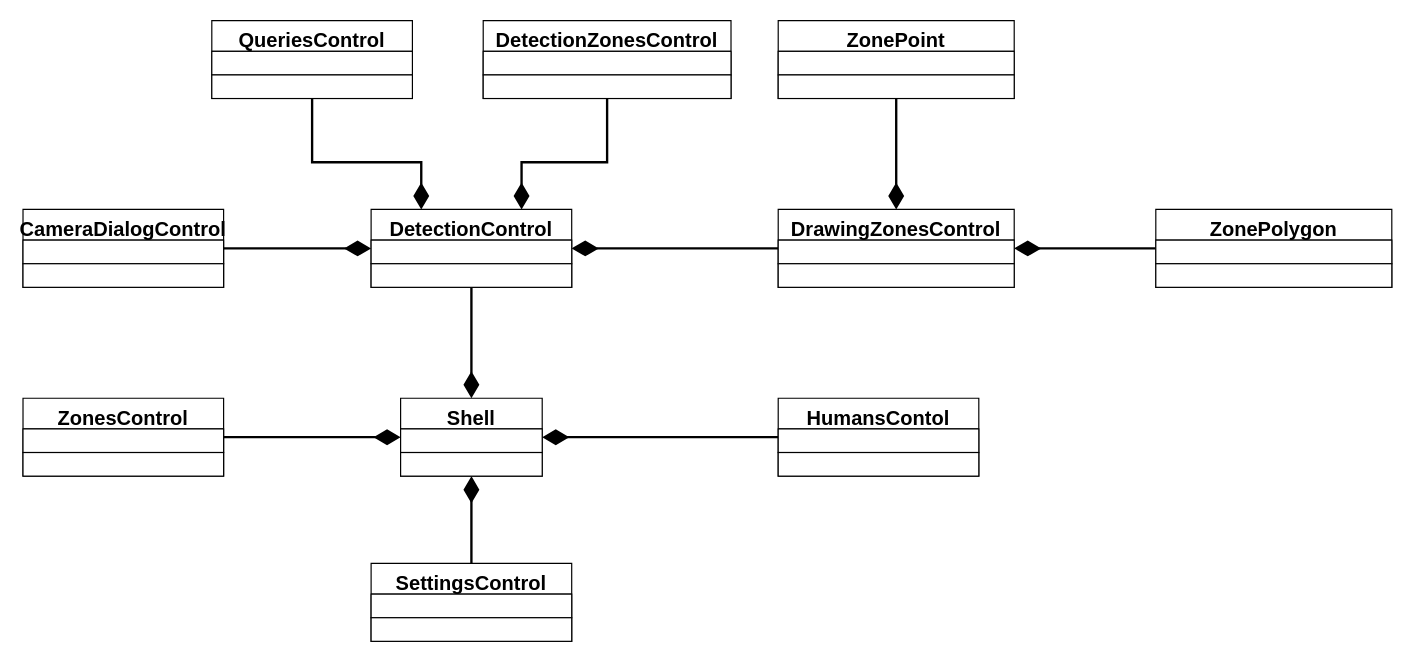
GoldGreen/Skeletonization keeps this draw.io diagram as page "Views" (3 of 11) of Engineering/Packets-detailed.drawio. Above is the earlier version. Source tidied: cells renumbered, new cells numbered last; positions are measured from the earlier drawing's top-left corner, leaving out a move shared by most shapes. Both pictures are drawn from the tidied source at 118%, with x=0, y=0 at pixel (22, 20).
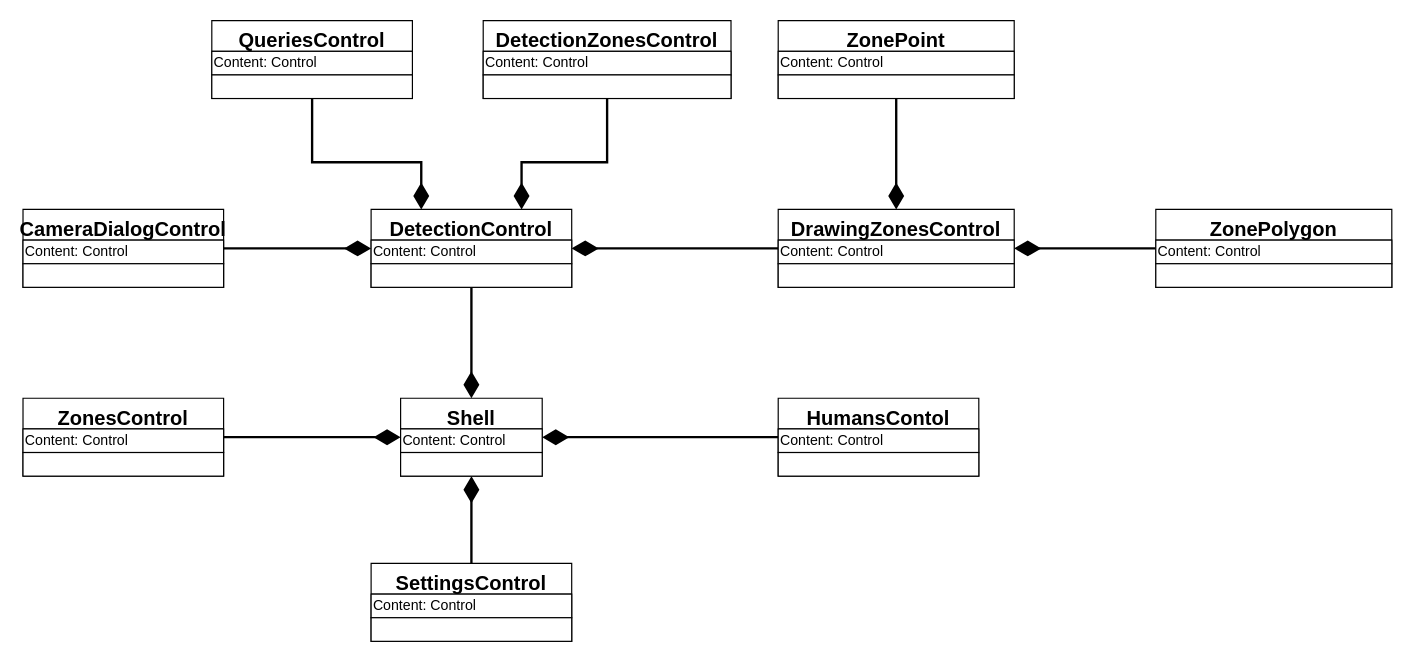
After the change.

Unchanged cells that the change refers to:
```xml
<mxCell id="9" value="Shell" style="swimlane;fontStyle=1;align=center;verticalAlign=top;horizontal=1;startSize=26;fontSize=17;" parent="1" vertex="1">
  <mxGeometry x="320" y="320" width="120" height="66" as="geometry" />
</mxCell>
<mxCell id="20" value="DetectionControl" style="swimlane;fontStyle=1;align=center;verticalAlign=top;horizontal=1;startSize=26;fontSize=17;" parent="1" vertex="1">
  <mxGeometry x="295" y="160" width="170" height="66" as="geometry" />
</mxCell>
<mxCell id="23" value="DetectionZonesControl" style="swimlane;fontStyle=1;align=center;verticalAlign=top;horizontal=1;startSize=26;fontSize=17;" parent="1" vertex="1">
  <mxGeometry x="390" width="210" height="66" as="geometry" />
</mxCell>
<mxCell id="30" value="DrawingZonesControl" style="swimlane;fontStyle=1;align=center;verticalAlign=top;horizontal=1;startSize=26;fontSize=17;" parent="1" vertex="1">
  <mxGeometry x="640" y="160" width="200" height="66" as="geometry" />
</mxCell>
<mxCell id="33" value="ZonePoint" style="swimlane;fontStyle=1;align=center;verticalAlign=top;horizontal=1;startSize=26;fontSize=17;" parent="1" vertex="1">
  <mxGeometry x="640" width="200" height="66" as="geometry" />
</mxCell>
<mxCell id="36" value="ZonePolygon" style="swimlane;fontStyle=1;align=center;verticalAlign=top;horizontal=1;startSize=26;fontSize=17;" parent="1" vertex="1">
  <mxGeometry x="960" y="160" width="200" height="66" as="geometry" />
</mxCell>
<mxCell id="39" value="ZonesControl" style="swimlane;fontStyle=1;align=center;verticalAlign=top;horizontal=1;startSize=26;fontSize=17;" parent="1" vertex="1">
  <mxGeometry y="320" width="170" height="66" as="geometry" />
</mxCell>
<mxCell id="42" value="HumansContol" style="swimlane;fontStyle=1;align=center;verticalAlign=top;horizontal=1;startSize=26;fontSize=17;" parent="1" vertex="1">
  <mxGeometry x="640" y="320" width="170" height="66" as="geometry" />
</mxCell>
<mxCell id="45" value="SettingsControl" style="swimlane;fontStyle=1;align=center;verticalAlign=top;horizontal=1;startSize=26;fontSize=17;" parent="1" vertex="1">
  <mxGeometry x="295" y="460" width="170" height="66" as="geometry" />
</mxCell>
<mxCell id="48" value="QueriesControl" style="swimlane;fontStyle=1;align=center;verticalAlign=top;horizontal=1;startSize=26;fontSize=17;" parent="1" vertex="1">
  <mxGeometry x="160" width="170" height="66" as="geometry" />
</mxCell>
<mxCell id="51" value="CameraDialogControl" style="swimlane;fontStyle=1;align=center;verticalAlign=top;horizontal=1;startSize=26;fontSize=17;" parent="1" vertex="1">
  <mxGeometry y="160" width="170" height="66" as="geometry" />
</mxCell>
```

Diff of the diagram source:
```diff
@@
-    <mxCell id="10" style="rounded=0;whiteSpace=wrap;html=1;fontFamily=Helvetica;fontSize=12;fontColor=default;startSize=26;strokeColor=default;fillColor=default;align=left;" parent="9" vertex="1">
+    <mxCell id="10" value="&lt;span&gt;Content: Control&lt;/span&gt;" style="rounded=0;whiteSpace=wrap;html=1;fontFamily=Helvetica;fontSize=12;fontColor=default;startSize=26;strokeColor=default;fillColor=default;align=left;" parent="9" vertex="1">
       <mxGeometry y="26" width="120" height="20" as="geometry" />
     </mxCell>
@@
-    <mxCell id="21" style="rounded=0;whiteSpace=wrap;html=1;fontFamily=Helvetica;fontSize=12;fontColor=default;startSize=26;strokeColor=default;fillColor=default;align=left;" parent="20" vertex="1">
+    <mxCell id="21" value="&lt;span&gt;Content: Control&lt;/span&gt;" style="rounded=0;whiteSpace=wrap;html=1;fontFamily=Helvetica;fontSize=12;fontColor=default;startSize=26;strokeColor=default;fillColor=default;align=left;" parent="20" vertex="1">
       <mxGeometry y="26" width="170" height="20" as="geometry" />
     </mxCell>
@@
-    <mxCell id="24" style="rounded=0;whiteSpace=wrap;html=1;fontFamily=Helvetica;fontSize=12;fontColor=default;startSize=26;strokeColor=default;fillColor=default;align=left;" parent="23" vertex="1">
+    <mxCell id="24" value="&lt;span&gt;Content: Control&lt;/span&gt;" style="rounded=0;whiteSpace=wrap;html=1;fontFamily=Helvetica;fontSize=12;fontColor=default;startSize=26;strokeColor=default;fillColor=default;align=left;" parent="23" vertex="1">
       <mxGeometry y="26" width="210" height="20" as="geometry" />
     </mxCell>
@@
-    <mxCell id="31" style="rounded=0;whiteSpace=wrap;html=1;fontFamily=Helvetica;fontSize=12;fontColor=default;startSize=26;strokeColor=default;fillColor=default;align=left;" parent="30" vertex="1">
+    <mxCell id="31" value="&lt;span&gt;Content: Control&lt;/span&gt;" style="rounded=0;whiteSpace=wrap;html=1;fontFamily=Helvetica;fontSize=12;fontColor=default;startSize=26;strokeColor=default;fillColor=default;align=left;" parent="30" vertex="1">
       <mxGeometry y="26" width="200" height="20" as="geometry" />
     </mxCell>
@@
-    <mxCell id="34" style="rounded=0;whiteSpace=wrap;html=1;fontFamily=Helvetica;fontSize=12;fontColor=default;startSize=26;strokeColor=default;fillColor=default;align=left;" parent="33" vertex="1">
+    <mxCell id="34" value="&lt;span&gt;Content: Control&lt;/span&gt;" style="rounded=0;whiteSpace=wrap;html=1;fontFamily=Helvetica;fontSize=12;fontColor=default;startSize=26;strokeColor=default;fillColor=default;align=left;" parent="33" vertex="1">
       <mxGeometry y="26" width="200" height="20" as="geometry" />
     </mxCell>
@@
-    <mxCell id="37" style="rounded=0;whiteSpace=wrap;html=1;fontFamily=Helvetica;fontSize=12;fontColor=default;startSize=26;strokeColor=default;fillColor=default;align=left;" parent="36" vertex="1">
+    <mxCell id="37" value="&lt;span&gt;Content: Control&lt;/span&gt;" style="rounded=0;whiteSpace=wrap;html=1;fontFamily=Helvetica;fontSize=12;fontColor=default;startSize=26;strokeColor=default;fillColor=default;align=left;" parent="36" vertex="1">
       <mxGeometry y="26" width="200" height="20" as="geometry" />
     </mxCell>
@@
-    <mxCell id="40" style="rounded=0;whiteSpace=wrap;html=1;fontFamily=Helvetica;fontSize=12;fontColor=default;startSize=26;strokeColor=default;fillColor=default;align=left;" parent="39" vertex="1">
+    <mxCell id="40" value="&lt;span&gt;Content: Control&lt;/span&gt;" style="rounded=0;whiteSpace=wrap;html=1;fontFamily=Helvetica;fontSize=12;fontColor=default;startSize=26;strokeColor=default;fillColor=default;align=left;" parent="39" vertex="1">
       <mxGeometry y="26" width="170" height="20" as="geometry" />
     </mxCell>
@@
-    <mxCell id="43" style="rounded=0;whiteSpace=wrap;html=1;fontFamily=Helvetica;fontSize=12;fontColor=default;startSize=26;strokeColor=default;fillColor=default;align=left;" parent="42" vertex="1">
+    <mxCell id="43" value="&lt;span&gt;Content: Control&lt;/span&gt;" style="rounded=0;whiteSpace=wrap;html=1;fontFamily=Helvetica;fontSize=12;fontColor=default;startSize=26;strokeColor=default;fillColor=default;align=left;" parent="42" vertex="1">
       <mxGeometry y="26" width="170" height="20" as="geometry" />
     </mxCell>
@@
-    <mxCell id="46" style="rounded=0;whiteSpace=wrap;html=1;fontFamily=Helvetica;fontSize=12;fontColor=default;startSize=26;strokeColor=default;fillColor=default;align=left;" parent="45" vertex="1">
+    <mxCell id="46" value="&lt;span&gt;Content: Control&lt;/span&gt;" style="rounded=0;whiteSpace=wrap;html=1;fontFamily=Helvetica;fontSize=12;fontColor=default;startSize=26;strokeColor=default;fillColor=default;align=left;" parent="45" vertex="1">
       <mxGeometry y="26" width="170" height="20" as="geometry" />
     </mxCell>
@@
-    <mxCell id="49" style="rounded=0;whiteSpace=wrap;html=1;fontFamily=Helvetica;fontSize=12;fontColor=default;startSize=26;strokeColor=default;fillColor=default;align=left;" parent="48" vertex="1">
+    <mxCell id="49" value="&lt;span&gt;Content: Control&lt;/span&gt;" style="rounded=0;whiteSpace=wrap;html=1;fontFamily=Helvetica;fontSize=12;fontColor=default;startSize=26;strokeColor=default;fillColor=default;align=left;" parent="48" vertex="1">
       <mxGeometry y="26" width="170" height="20" as="geometry" />
     </mxCell>
@@
-    <mxCell id="52" style="rounded=0;whiteSpace=wrap;html=1;fontFamily=Helvetica;fontSize=12;fontColor=default;startSize=26;strokeColor=default;fillColor=default;align=left;" parent="51" vertex="1">
+    <mxCell id="52" value="&lt;span&gt;Content: Control&lt;/span&gt;" style="rounded=0;whiteSpace=wrap;html=1;fontFamily=Helvetica;fontSize=12;fontColor=default;startSize=26;strokeColor=default;fillColor=default;align=left;" parent="51" vertex="1">
       <mxGeometry y="26" width="170" height="20" as="geometry" />
     </mxCell>
```
